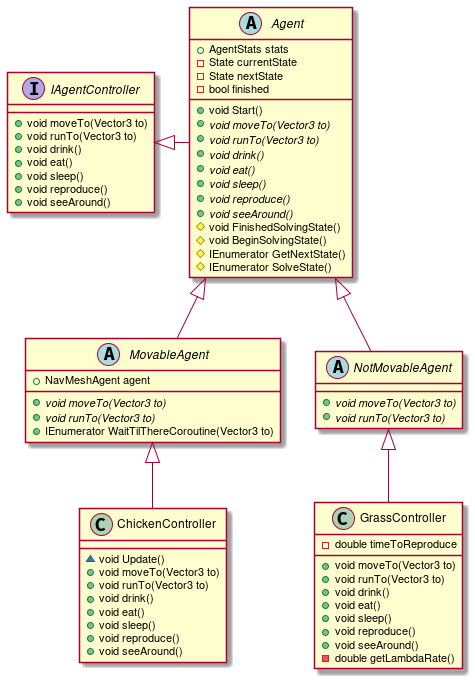
Earlier version of the PlantUML export Assets/UMLs/Agent.png (markovia-team/markovia). Source of this version:
```plantuml
@startuml
Agent <|-- MovableAgent
Agent <|-- NotMovableAgent
MovableAgent <|-- ChickenController
NotMovableAgent <|-- GrassController
IAgentController <|- Agent


interface IAgentController {
+void moveTo(Vector3 to)
+void runTo(Vector3 to)
+void drink()
+void eat()
+void sleep()
+void reproduce()
+void seeAround()
}

abstract class Agent {
+AgentStats stats
-State currentState
-State nextState
-bool finished
+void Start()
+{abstract} void moveTo(Vector3 to)
+{abstract} void runTo(Vector3 to)
+{abstract} void drink()
+{abstract} void eat()
+{abstract} void sleep()
+{abstract} void reproduce()
+{abstract} void seeAround()
#void FinishedSolvingState()
#void BeginSolvingState()
#IEnumerator GetNextState()
#IEnumerator SolveState()
}

abstract class MovableAgent {
+NavMeshAgent agent
+{abstract} void moveTo(Vector3 to)
+{abstract} void runTo(Vector3 to)
+IEnumerator WaitTilThereCoroutine(Vector3 to)
}

abstract class NotMovableAgent {
+{abstract} void moveTo(Vector3 to)
+{abstract} void runTo(Vector3 to)
}

class ChickenController {
~void Update()
+void moveTo(Vector3 to)
+void runTo(Vector3 to)
+void drink()
+void eat()
+void sleep()
+void reproduce()
+void seeAround()
}

class GrassController {
-double timeToReproduce
+void moveTo(Vector3 to)
+void runTo(Vector3 to)
+void drink()
+void eat()
+void sleep()
+void reproduce()
+void seeAround()
-double getLambdaRate()
}

@enduml
```
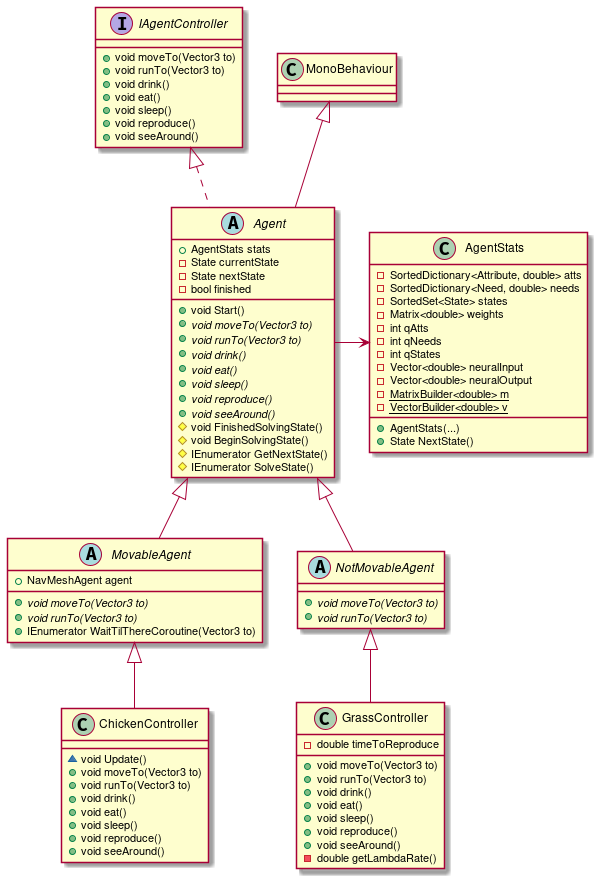
Above is the later version.

Diff of the diagram source:
```diff
@@ -3,8 +3,10 @@
 Agent <|-- NotMovableAgent
 MovableAgent <|-- ChickenController
 NotMovableAgent <|-- GrassController
-IAgentController <|- Agent
+IAgentController <|.. Agent
+Agent -> AgentStats
 
+MonoBehaviour <|-- Agent
 
 interface IAgentController {
 +void moveTo(Vector3 to)
@@ -33,6 +35,22 @@
 #void BeginSolvingState()
 #IEnumerator GetNextState()
 #IEnumerator SolveState()
+}
+
+class AgentStats {
+-SortedDictionary<Attribute, double> atts
+-SortedDictionary<Need, double> needs
+-SortedSet<State> states
+-Matrix<double> weights
+-int qAtts
+-int qNeeds
+-int qStates
+-Vector<double> neuralInput
+-Vector<double> neuralOutput
+-{static}MatrixBuilder<double> m
+-{static}VectorBuilder<double> v
++AgentStats(...)
++State NextState()
 }
 
 abstract class MovableAgent {
```
